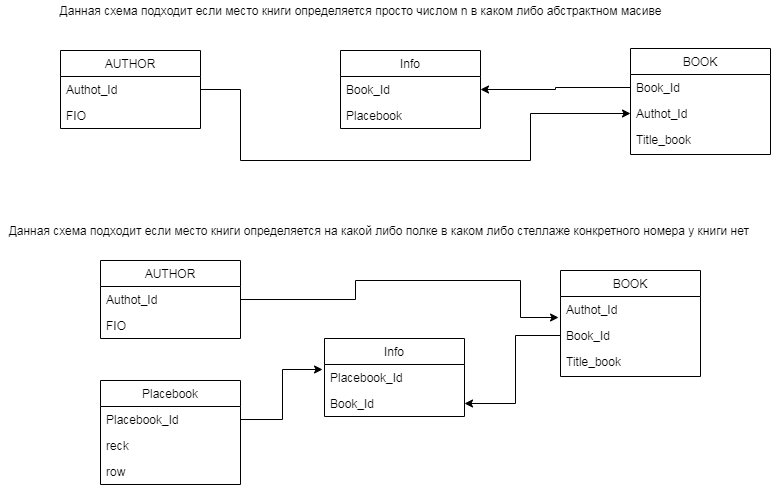
The draw.io diagram bd.png in GilmanovSB/TestTask, before a commit. Source tidied: cells renumbered, new cells last; positions are measured from the earlier drawing's top-left corner, leaving out a move shared by most shapes.
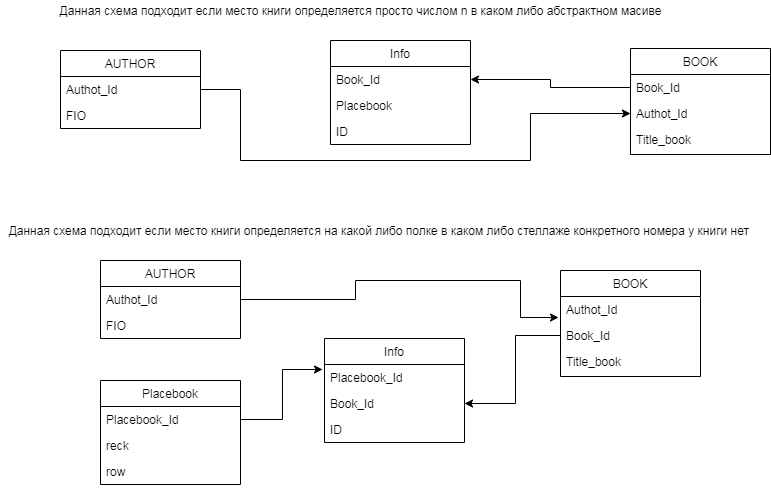
After the change.

The edit, as a diff of the source:
```diff
@@ -63,7 +63,7 @@
       <mxGeometry y="220" width="760" height="20" as="geometry" />
     </mxCell>
     <mxCell id="22" value="Info" style="swimlane;fontStyle=0;horizontal=1;startSize=26;fillColor=none;" parent="1" vertex="1">
-      <mxGeometry x="340" y="50" width="140" height="78" as="geometry" />
+      <mxGeometry x="330" y="40" width="140" height="104" as="geometry" />
     </mxCell>
     <mxCell id="23" value="Book_Id" style="text;strokeColor=none;fillColor=none;align=left;verticalAlign=top;spacingLeft=4;spacingRight=4;overflow=hidden;points=[[0,0.5],[1,0.5]];portConstraint=eastwest;" parent="22" vertex="1">
       <mxGeometry y="26" width="140" height="26" as="geometry" />
@@ -71,8 +71,11 @@
     <mxCell id="24" value="Placebook" style="text;strokeColor=none;fillColor=none;align=left;verticalAlign=top;spacingLeft=4;spacingRight=4;overflow=hidden;" parent="22" vertex="1">
       <mxGeometry y="52" width="140" height="26" as="geometry" />
     </mxCell>
+    <mxCell id="33" value="ID" style="text;strokeColor=none;fillColor=none;align=left;verticalAlign=top;spacingLeft=4;spacingRight=4;overflow=hidden;" parent="22" vertex="1">
+      <mxGeometry y="78" width="140" height="26" as="geometry" />
+    </mxCell>
     <mxCell id="25" value="Info" style="swimlane;fontStyle=0;horizontal=1;startSize=26;fillColor=none;" parent="1" vertex="1">
-      <mxGeometry x="324" y="338" width="140" height="78" as="geometry" />
+      <mxGeometry x="324" y="338" width="140" height="104" as="geometry" />
     </mxCell>
     <mxCell id="26" value="Placebook_Id" style="text;strokeColor=none;fillColor=none;align=left;verticalAlign=top;spacingLeft=4;spacingRight=4;overflow=hidden;points=[[0,0.5],[1,0.5]];portConstraint=eastwest;" parent="25" vertex="1">
       <mxGeometry y="26" width="140" height="26" as="geometry" />
@@ -80,6 +83,9 @@
     <mxCell id="27" value="Book_Id" style="text;strokeColor=none;fillColor=none;align=left;verticalAlign=top;spacingLeft=4;spacingRight=4;overflow=hidden;points=[[0,0.5],[1,0.5]];portConstraint=eastwest;" parent="25" vertex="1">
       <mxGeometry y="52" width="140" height="26" as="geometry" />
     </mxCell>
+    <mxCell id="34" value="ID" style="text;strokeColor=none;fillColor=none;align=left;verticalAlign=top;spacingLeft=4;spacingRight=4;overflow=hidden;" parent="25" vertex="1">
+      <mxGeometry y="78" width="140" height="26" as="geometry" />
+    </mxCell>
     <mxCell id="28" style="edgeStyle=orthogonalEdgeStyle;rounded=0;jettySize=auto;html=1;entryX=0;entryY=0.5;entryDx=0;entryDy=0;" parent="1" edge="1" source="7" target="4">
       <mxGeometry relative="1" as="geometry">
         <Array as="points">
```
